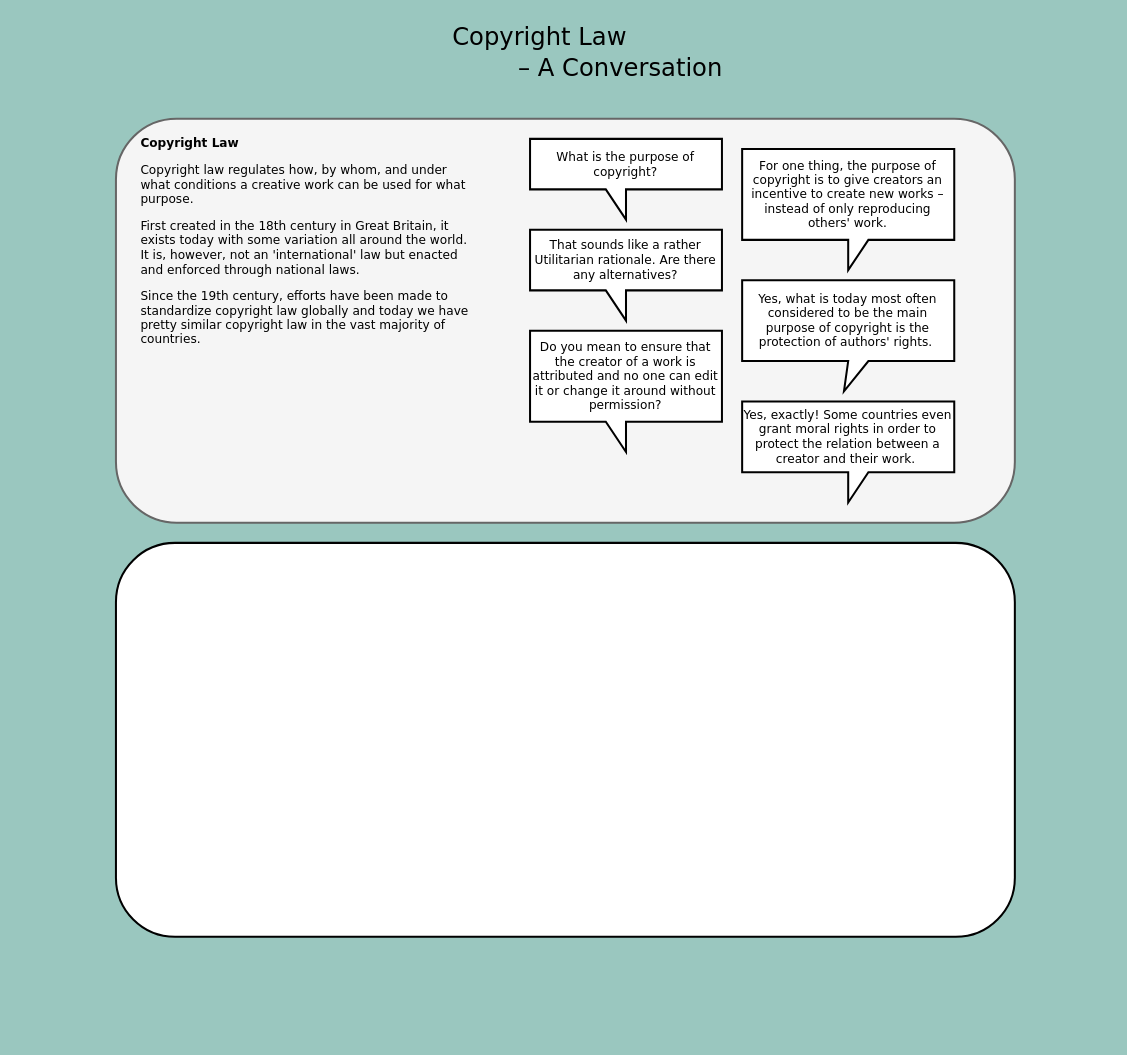
The draw.io diagram copyright_conceptmap.drawio in arockenberger/cc-c_coursework, before the edit. Source tidied: cells renumbered, new cells numbered last; positions are measured from the earlier drawing's top-left corner, leaving out a move shared by most shapes. Both pictures are drawn from the tidied source at 101%, with x=0, y=0 at pixel (115, 17).
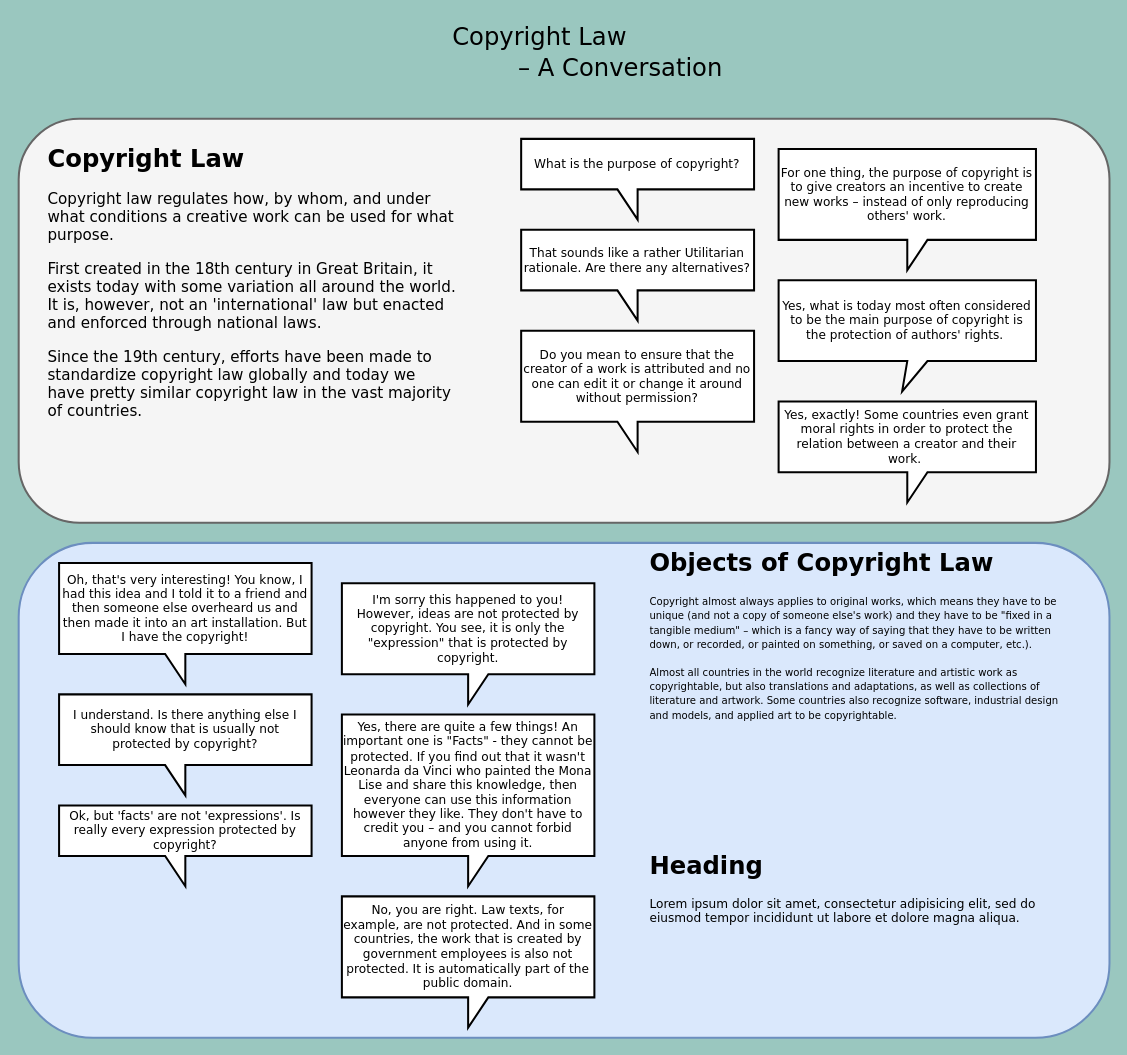
Above is the later version.

Commit message:
Added objects of copyright dialog

The edit, as a diff of the source:
```diff
@@
-    <mxCell id="4" style="rounded=1;whiteSpace=wrap;html=1;strokeWidth=2;fontFamily=Verdana;fontSize=12;" parent="1" vertex="1">
-      <mxGeometry x="0.3" y="520" width="890" height="390" as="geometry" />
+    <mxCell id="4" style="rounded=1;whiteSpace=wrap;html=1;strokeWidth=2;fontFamily=Verdana;fontSize=12;fillColor=#dae8fc;strokeColor=#6c8ebf;" parent="1" vertex="1">
+      <mxGeometry x="-96" y="520" width="1080" height="490" as="geometry" />
     </mxCell>
     <mxCell id="5" style="group;" parent="1" vertex="1">
-      <mxGeometry x="0.3" y="100" width="890" height="400" as="geometry" />
+      <mxGeometry x="-96" y="100" width="1080" height="400" as="geometry" />
     </mxCell>
     <mxCell id="6" style="rounded=1;whiteSpace=wrap;html=1;strokeWidth=2;fontFamily=Verdana;fontSize=24;fillColor=#f5f5f5;strokeColor=#666666;fontColor=#333333;" parent="5" vertex="1">
-      <mxGeometry width="890" height="400" as="geometry" />
+      <mxGeometry width="1080" height="400" as="geometry" />
     </mxCell>
     <mxCell id="7" value="For one thing, the purpose of copyright is to give creators an incentive to create new works – instead of only reproducing others' work." style="shape=callout;whiteSpace=wrap;html=1;perimeter=calloutPerimeter;strokeWidth=2;fontFamily=Verdana;" parent="5" vertex="1">
-      <mxGeometry x="620" y="30" width="210" height="120" as="geometry" />
+      <mxGeometry x="752.4" y="30" width="254.8" height="120" as="geometry" />
     </mxCell>
     <mxCell id="8" value="What is the purpose of copyright?" style="shape=callout;whiteSpace=wrap;html=1;perimeter=calloutPerimeter;strokeWidth=2;fontFamily=Verdana;flipV=0;flipH=1;" parent="5" vertex="1">
-      <mxGeometry x="410" y="20" width="190" height="80" as="geometry" />
+      <mxGeometry x="497.5" y="20" width="230.6" height="80" as="geometry" />
     </mxCell>
-    <mxCell id="9" value="&lt;h1 style=&quot;font-size: 12px&quot;&gt;Copyright Law&lt;/h1&gt;&lt;p style=&quot;font-size: 12px&quot;&gt;Copyright law regulates how, by whom, and under what conditions a creative work can be used for what purpose.&amp;nbsp;&lt;/p&gt;&lt;p style=&quot;font-size: 12px&quot;&gt;First created in the 18th century in Great Britain, it exists today with some variation all around the world. It is, however, not an 'international' law but enacted and enforced through national laws.&amp;nbsp;&lt;/p&gt;&lt;p style=&quot;font-size: 12px&quot;&gt;Since the 19th century, efforts have been made to standardize copyright law globally and today we have pretty similar copyright law in the vast majority of countries.&lt;/p&gt;" style="text;html=1;strokeColor=none;fillColor=none;spacing=5;spacingTop=-20;whiteSpace=wrap;overflow=hidden;rounded=0;fontFamily=Verdana;fontSize=12;" parent="5" vertex="1">
-      <mxGeometry x="20" y="20" width="340" height="210" as="geometry" />
+    <mxCell id="9" value="&lt;h1&gt;&lt;font style=&quot;font-size: 24px&quot;&gt;Copyright Law&lt;/font&gt;&lt;/h1&gt;&lt;p style=&quot;font-size: 15px&quot;&gt;&lt;font style=&quot;font-size: 15px&quot;&gt;Copyright law regulates how, by whom, and under what conditions a creative work can be used for what purpose.&amp;nbsp;&lt;/font&gt;&lt;/p&gt;&lt;p style=&quot;font-size: 15px&quot;&gt;&lt;font style=&quot;font-size: 15px&quot;&gt;First created in the 18th century in Great Britain, it exists today with some variation all around the world. It is, however, not an 'international' law but enacted and enforced through national laws.&amp;nbsp;&lt;/font&gt;&lt;/p&gt;&lt;p style=&quot;font-size: 15px&quot;&gt;&lt;font style=&quot;font-size: 15px&quot;&gt;Since the 19th century, efforts have been made to standardize copyright law globally and today we have pretty similar copyright law in the vast majority of countries.&lt;/font&gt;&lt;/p&gt;" style="text;html=1;strokeColor=none;fillColor=none;spacing=5;spacingTop=-20;whiteSpace=wrap;overflow=hidden;rounded=0;fontFamily=Verdana;fontSize=12;" parent="5" vertex="1">
+      <mxGeometry x="24.3" y="20" width="412.6" height="290" as="geometry" />
     </mxCell>
     <mxCell id="10" value="That sounds like a rather Utilitarian rationale. Are there any alternatives?" style="shape=callout;whiteSpace=wrap;html=1;perimeter=calloutPerimeter;strokeWidth=2;fontFamily=Verdana;fontSize=12;flipH=1;" parent="5" vertex="1">
-      <mxGeometry x="410" y="110" width="190" height="90" as="geometry" />
+      <mxGeometry x="497.5" y="110" width="230.6" height="90" as="geometry" />
     </mxCell>
     <mxCell id="11" value="Yes, what is today most often considered to be the main purpose of copyright is the protection of authors' rights.&amp;nbsp;" style="shape=callout;whiteSpace=wrap;html=1;perimeter=calloutPerimeter;strokeWidth=2;fontFamily=Verdana;fontSize=12;position2=0.48;" parent="5" vertex="1">
-      <mxGeometry x="620" y="160" width="210" height="110" as="geometry" />
+      <mxGeometry x="752.4" y="160" width="254.8" height="110" as="geometry" />
     </mxCell>
     <mxCell id="12" value="Do you mean to ensure that the creator of a work is attributed and no one can edit it or change it around without permission?" style="shape=callout;whiteSpace=wrap;html=1;perimeter=calloutPerimeter;strokeWidth=2;fontFamily=Verdana;fontSize=12;flipH=1;" parent="5" vertex="1">
-      <mxGeometry x="410" y="210" width="190" height="120" as="geometry" />
+      <mxGeometry x="497.5" y="210" width="230.6" height="120" as="geometry" />
     </mxCell>
     <mxCell id="13" value="Yes, exactly! Some countries even grant moral rights in order to protect the relation between a creator and their work.&amp;nbsp;" style="shape=callout;whiteSpace=wrap;html=1;perimeter=calloutPerimeter;strokeWidth=2;fontFamily=Verdana;fontSize=12;" parent="5" vertex="1">
-      <mxGeometry x="620" y="280" width="210" height="100" as="geometry" />
+      <mxGeometry x="752.4" y="280" width="254.8" height="100" as="geometry" />
     </mxCell>
+    <mxCell id="14" value="&lt;h1&gt;&lt;span&gt;Objects of Copyright Law&lt;/span&gt;&lt;/h1&gt;&lt;p&gt;&lt;font size=&quot;1&quot;&gt;&lt;span style=&quot;font-weight: 400&quot;&gt;Copyright almost always applies to original works, which means they have to be unique (and not a copy of someone else's work) and they have to be &quot;fixed in a tangible medium&quot; – which is a fancy way of saying that they have to be written down, or recorded, or painted on something, or saved on a computer, etc.).&lt;/span&gt;&lt;/font&gt;&lt;/p&gt;&lt;div&gt;&lt;font size=&quot;1&quot;&gt;Almost all countries in the world recognize literature and artistic work as copyrightable, but also translations and adaptations, as well as collections of literature and artwork. Some countries also recognize software, industrial design and models, and applied art to be copyrightable.&lt;/font&gt;&lt;/div&gt;" style="text;html=1;strokeColor=none;fillColor=none;spacing=5;spacingTop=-20;whiteSpace=wrap;overflow=hidden;rounded=0;fontFamily=Verdana;fontSize=12;" parent="1" vertex="1">
+      <mxGeometry x="524" y="520" width="420" height="290" as="geometry" />
+    </mxCell>
+    <mxCell id="15" value="Oh, that's very interesting! You know, I had this idea and I told it to a friend and then someone else overheard us and then made it into an art installation. But I have the copyright!" style="shape=callout;whiteSpace=wrap;html=1;perimeter=calloutPerimeter;strokeWidth=2;fontFamily=Verdana;fontSize=12;flipH=1;" parent="1" vertex="1">
+      <mxGeometry x="-56" y="540" width="250" height="120" as="geometry" />
+    </mxCell>
+    <mxCell id="16" value="I'm sorry this happened to you! However, ideas are not protected by copyright. You see, it is only the &quot;expression&quot; that is protected by copyright." style="shape=callout;whiteSpace=wrap;html=1;perimeter=calloutPerimeter;strokeWidth=2;fontFamily=Verdana;fontSize=12;" parent="1" vertex="1">
+      <mxGeometry x="224" y="560" width="250" height="120" as="geometry" />
+    </mxCell>
+    <mxCell id="17" value="I understand. Is there anything else I should know that is usually not protected by copyright?" style="shape=callout;whiteSpace=wrap;html=1;perimeter=calloutPerimeter;strokeWidth=2;fontFamily=Verdana;fontSize=12;flipH=1;" parent="1" vertex="1">
+      <mxGeometry x="-56" y="670" width="250" height="100" as="geometry" />
+    </mxCell>
+    <mxCell id="18" value="Yes, there are quite a few things! An important one is &quot;Facts&quot; - they cannot be protected. If you find out that it wasn't Leonarda da Vinci who painted the Mona Lise and share this knowledge, then everyone can use this information however they like. They don't have to credit you – and you cannot forbid anyone from using it." style="shape=callout;whiteSpace=wrap;html=1;perimeter=calloutPerimeter;strokeWidth=2;fontFamily=Verdana;fontSize=12;" parent="1" vertex="1">
+      <mxGeometry x="224" y="690" width="250" height="170" as="geometry" />
+    </mxCell>
+    <mxCell id="19" value="Ok, but 'facts' are not 'expressions'. Is really every expression protected by copyright?" style="shape=callout;whiteSpace=wrap;html=1;perimeter=calloutPerimeter;strokeWidth=2;fontFamily=Verdana;fontSize=12;flipH=1;" parent="1" vertex="1">
+      <mxGeometry x="-56" y="780" width="250" height="80" as="geometry" />
+    </mxCell>
+    <mxCell id="20" value="No, you are right. Law texts, for example, are not protected. And in some countries, the work that is created by government employees is also not protected. It is automatically part of the public domain." style="shape=callout;whiteSpace=wrap;html=1;perimeter=calloutPerimeter;strokeWidth=2;fontFamily=Verdana;fontSize=12;" parent="1" vertex="1">
+      <mxGeometry x="224" y="870" width="250" height="130" as="geometry" />
+    </mxCell>
+    <mxCell id="21" value="&lt;h1&gt;Heading&lt;/h1&gt;&lt;p&gt;Lorem ipsum dolor sit amet, consectetur adipisicing elit, sed do eiusmod tempor incididunt ut labore et dolore magna aliqua.&lt;/p&gt;" style="text;html=1;strokeColor=none;fillColor=none;spacing=5;spacingTop=-20;whiteSpace=wrap;overflow=hidden;rounded=0;fontFamily=Verdana;fontSize=12;" parent="1" vertex="1">
+      <mxGeometry x="524" y="820" width="420" height="160" as="geometry" />
+    </mxCell>
```
